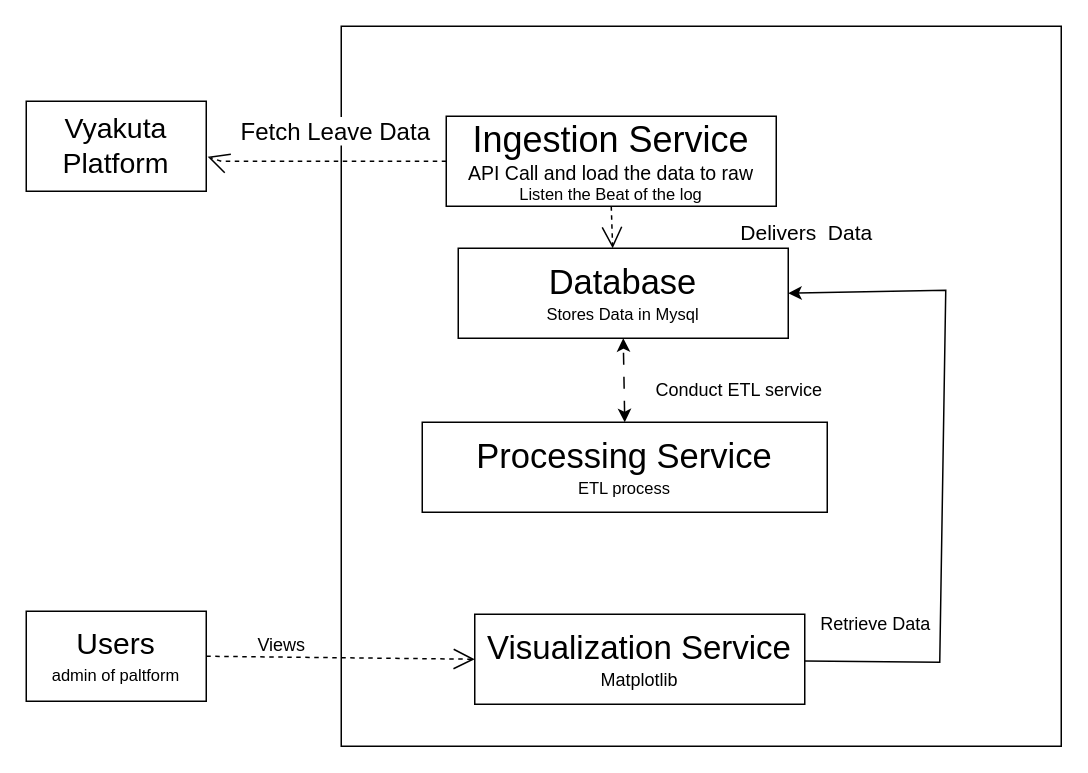
This is docs/C4 Diagrams/Container(1).drawio from bibek1809/leave-visualize, a draw.io file, before an edit. Source tidied: cells renumbered, new cells numbered last; positions are measured from the earlier drawing's top-left corner, leaving out a move shared by most shapes. Both pictures are drawn from the tidied source at 150%, with x=0, y=0 at pixel (26, 26).
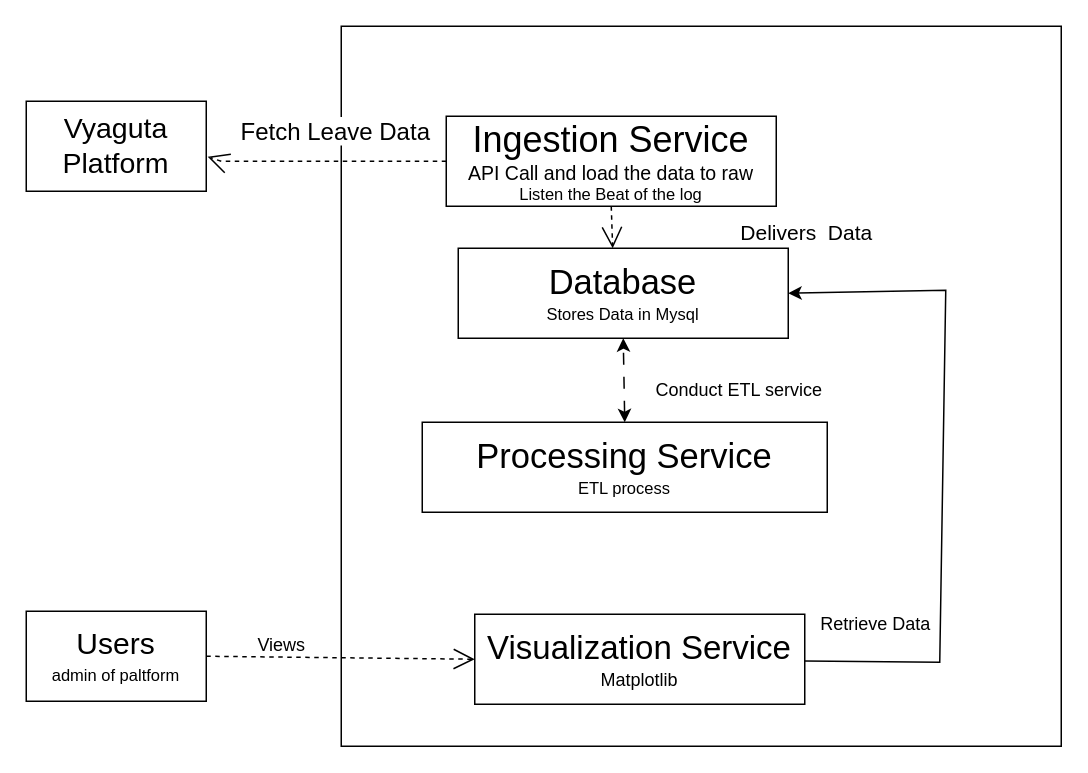
The same page after the edit.

Change to the diagram source:
```diff
@@
-    <mxCell id="2" value="&lt;font style=&quot;font-size: 19px;&quot;&gt;Vyakuta Platform&lt;br&gt;&lt;/font&gt;" style="rounded=0;whiteSpace=wrap;html=1;" parent="1" vertex="1">
+    <mxCell id="2" value="&lt;font style=&quot;font-size: 19px;&quot;&gt;Vyaguta Platform&lt;br&gt;&lt;/font&gt;" style="rounded=0;whiteSpace=wrap;html=1;" parent="1" vertex="1">
       <mxGeometry y="50" width="120" height="60" as="geometry" />
     </mxCell>
```
